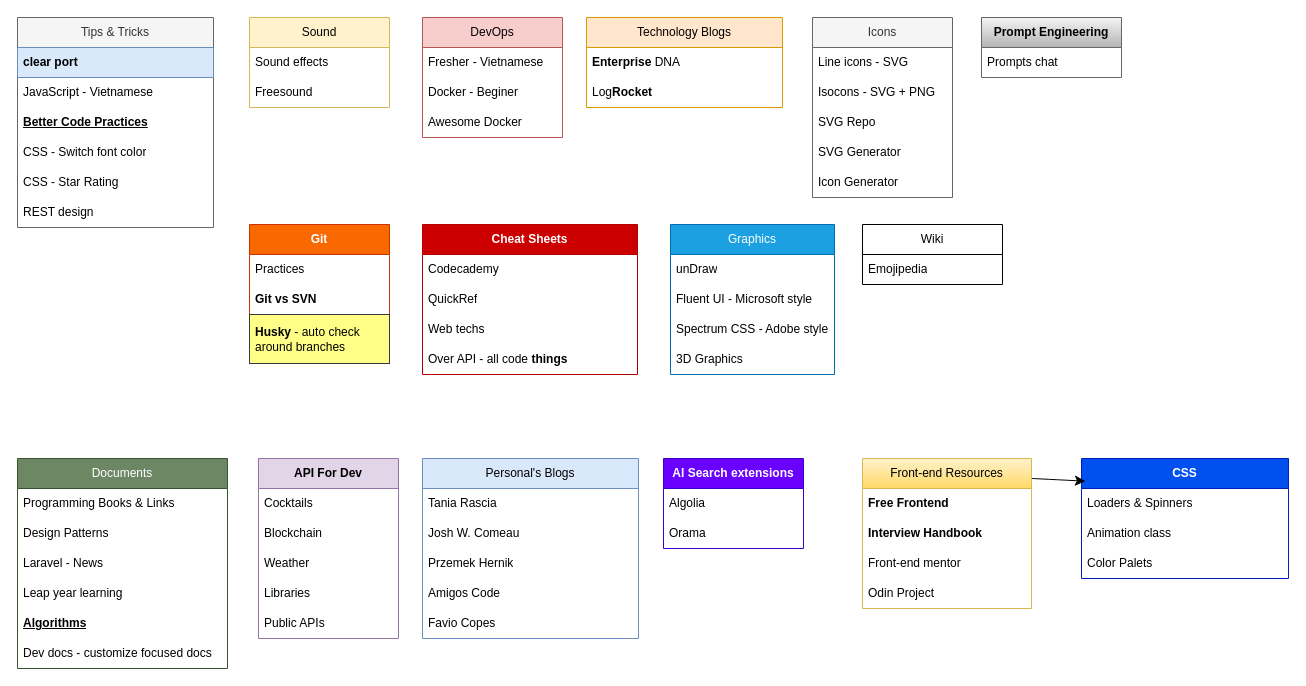
The draw.io diagram page "Resources" (4 of 5) of Link_Bookmarks.drawio in sunflynf/diagram-only, before the edit. Source tidied: cells renumbered, new cells numbered last; positions are measured from the earlier drawing's top-left corner, leaving out a move shared by most shapes. Both pictures are drawn from the tidied source at 100%, with x=0, y=0 at pixel (17, 17).
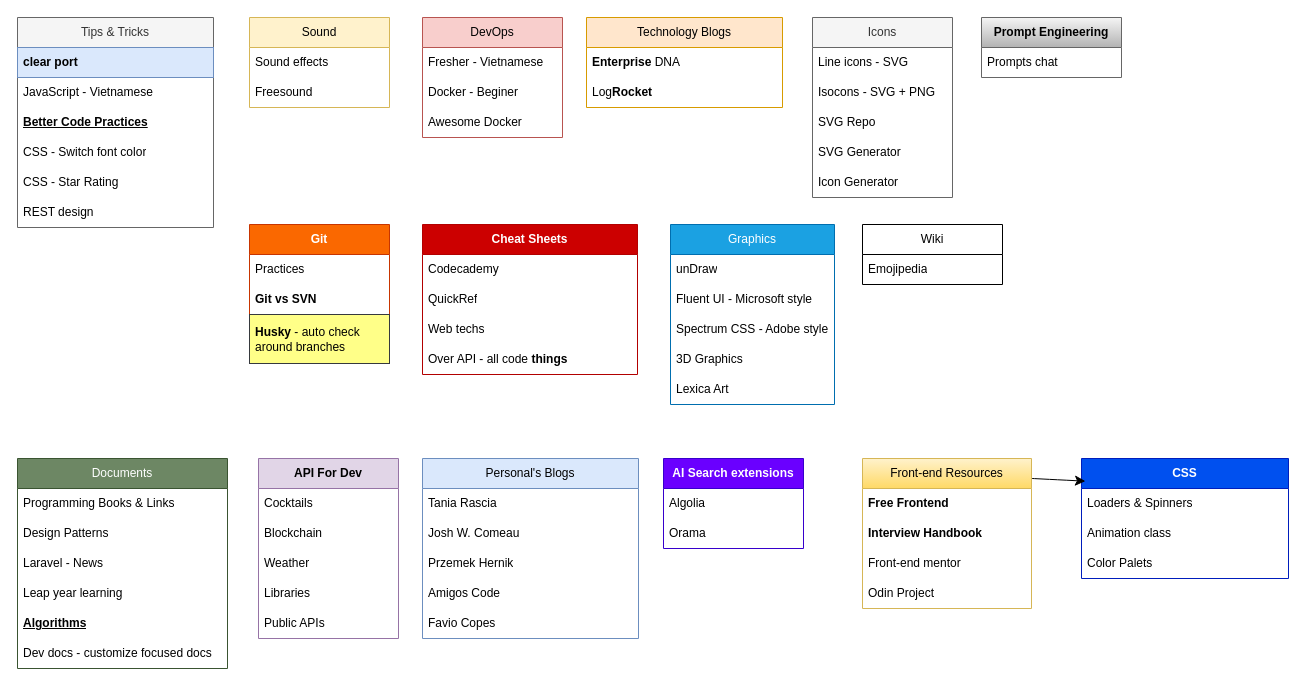
After the change.

The edit, as a diff of the source:
```diff
@@
     <mxCell id="38" value="Graphics" style="swimlane;fontStyle=0;horizontal=1;startSize=30;whiteSpace=wrap;html=1;fillColor=#1ba1e2;strokeColor=#006EAF;fontColor=#ffffff;flipH=1;" parent="1" vertex="1">
-      <mxGeometry x="653" y="207" width="164" height="150" as="geometry" />
+      <mxGeometry x="653" y="207" width="164" height="180" as="geometry" />
     </mxCell>
@@
+    <mxCell id="75" value="Lexica Art" style="text;strokeColor=none;fillColor=none;align=left;verticalAlign=middle;spacingLeft=4;spacingRight=4;overflow=hidden;whiteSpace=wrap;html=1;" parent="38" vertex="1">
+      <mxGeometry y="150" width="164" height="30" as="geometry" />
+    </mxCell>
```
